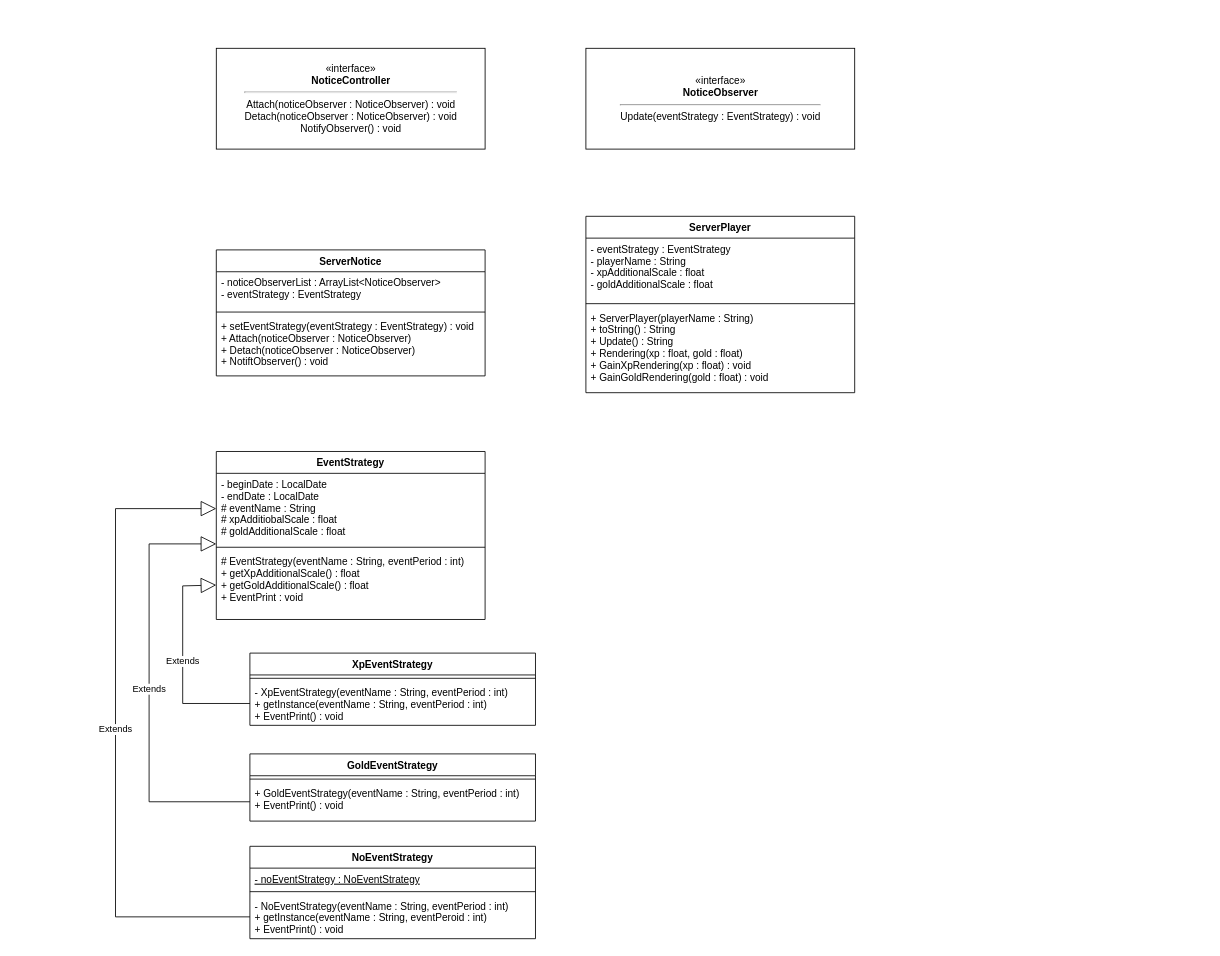
Earlier version of the draw.io diagram app/src/main/resources/observer_strategy/Observer-Strategy_Pattern.drawio (jongHyeon0000/DesignPattern-example). Source tidied: cells renumbered, new cells numbered last; positions are measured from the earlier drawing's top-left corner, leaving out a move shared by most shapes. Both pictures are drawn from the tidied source at 84%, with x=0, y=0 at pixel (115, 48).
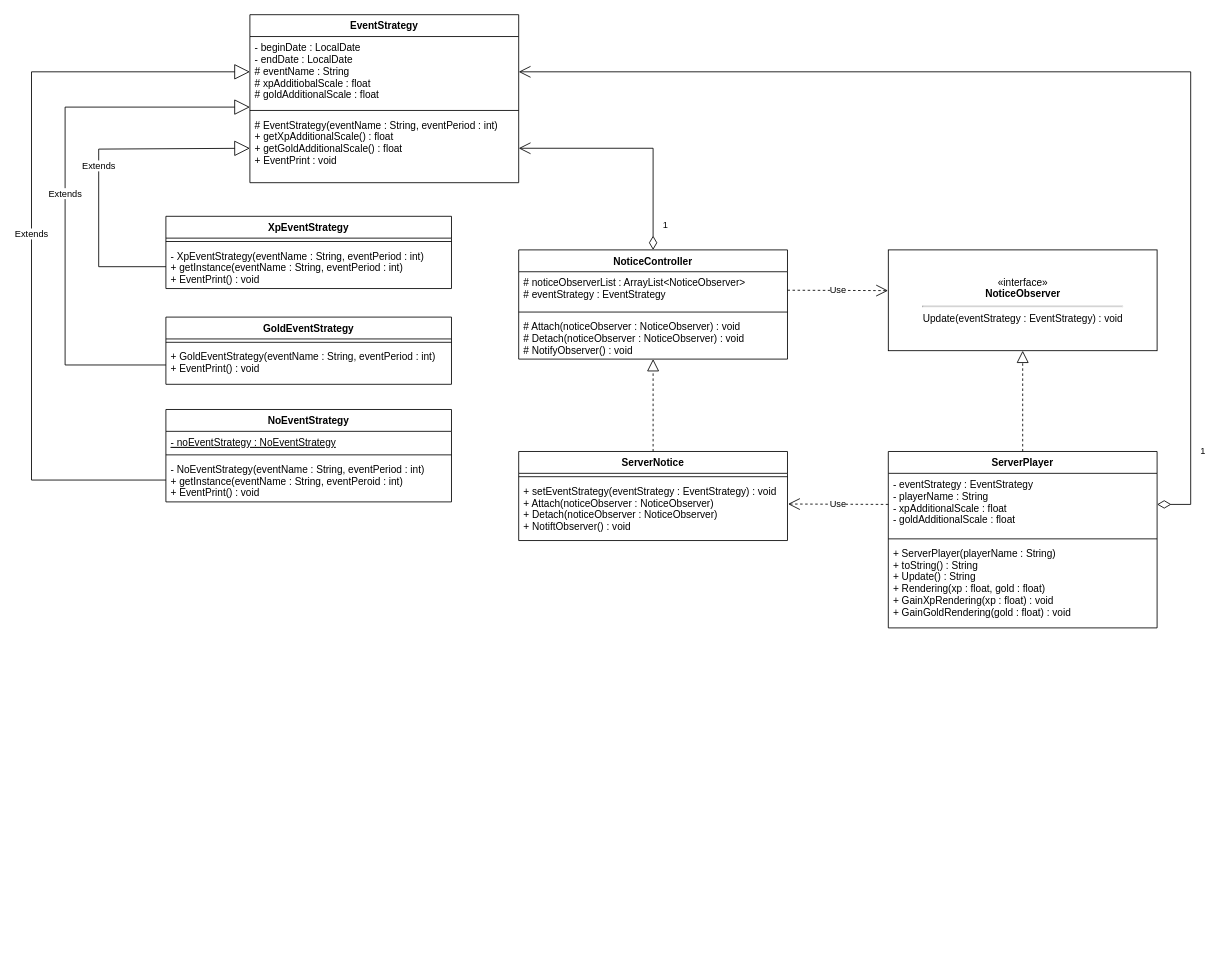
The same diagram, later.

Unchanged cells that the change refers to:
```xml
<mxCell id="3" value="- beginDate : LocalDate&#10;- endDate : LocalDate&#10;# eventName : String&#10;# xpAdditiobalScale : float&#10;# goldAdditionalScale : float&#10;" style="text;strokeColor=none;fillColor=none;align=left;verticalAlign=top;spacingLeft=4;spacingRight=4;overflow=hidden;points=[[0,0.5],[1,0.5]];portConstraint=eastwest;" parent="2" vertex="1">
  <mxGeometry y="26" width="320" height="84" as="geometry" />
</mxCell>
<mxCell id="5" value="# EventStrategy(eventName : String, eventPeriod : int)&#10;+ getXpAdditionalScale() : float&#10;+ getGoldAdditionalScale() : float&#10;+ EventPrint : void" style="text;strokeColor=none;fillColor=none;align=left;verticalAlign=top;spacingLeft=4;spacingRight=4;overflow=hidden;points=[[0,0.5],[1,0.5]];portConstraint=eastwest;" parent="2" vertex="1">
  <mxGeometry y="118" width="320" height="82" as="geometry" />
</mxCell>
<mxCell id="8" value="+ GoldEventStrategy(eventName : String, eventPeriod : int)&#10;+ EventPrint() : void" style="text;strokeColor=none;fillColor=none;align=left;verticalAlign=top;spacingLeft=4;spacingRight=4;overflow=hidden;points=[[0,0.5],[1,0.5]];portConstraint=eastwest;" parent="6" vertex="1">
  <mxGeometry y="34" width="340" height="46" as="geometry" />
</mxCell>
<mxCell id="12" value="- NoEventStrategy(eventName : String, eventPeriod : int)&#10;+ getInstance(eventName : String, eventPeroid : int)&#10;+ EventPrint() : void&#10;" style="text;strokeColor=none;fillColor=none;align=left;verticalAlign=top;spacingLeft=4;spacingRight=4;overflow=hidden;points=[[0,0.5],[1,0.5]];portConstraint=eastwest;" parent="9" vertex="1">
  <mxGeometry y="58" width="340" height="52" as="geometry" />
</mxCell>
<mxCell id="20" value="- eventStrategy : EventStrategy&#10;- playerName : String&#10;- xpAdditionalScale : float&#10;- goldAdditionalScale : float" style="text;strokeColor=none;fillColor=none;align=left;verticalAlign=top;spacingLeft=4;spacingRight=4;overflow=hidden;points=[[0,0.5],[1,0.5]];portConstraint=eastwest;" parent="19" vertex="1">
  <mxGeometry y="26" width="320" height="74" as="geometry" />
</mxCell>
<mxCell id="25" value="- XpEventStrategy(eventName : String, eventPeriod : int)&#10;+ getInstance(eventName : String, eventPeriod : int)&#10;+ EventPrint() : void" style="text;strokeColor=none;fillColor=none;align=left;verticalAlign=top;spacingLeft=4;spacingRight=4;overflow=hidden;points=[[0,0.5],[1,0.5]];portConstraint=eastwest;fontStyle=0;" parent="23" vertex="1">
  <mxGeometry y="34" width="340" height="52" as="geometry" />
</mxCell>
```

Change to the diagram source:
```diff
@@
     <mxCell id="2" value="EventStrategy" style="swimlane;fontStyle=1;align=center;verticalAlign=top;horizontal=1;startSize=26;" parent="1" vertex="1">
-      <mxGeometry x="120" y="480" width="320" height="200" as="geometry" />
+      <mxGeometry x="160" y="-40" width="320" height="200" as="geometry" />
     </mxCell>
@@
     <mxCell id="6" value="GoldEventStrategy" style="swimlane;fontStyle=1;align=center;verticalAlign=top;horizontal=1;startSize=26;" parent="1" vertex="1">
-      <mxGeometry x="160" y="840" width="340" height="80" as="geometry" />
+      <mxGeometry x="60" y="320" width="340" height="80" as="geometry" />
     </mxCell>
@@
     <mxCell id="9" value="NoEventStrategy" style="swimlane;fontStyle=1;align=center;verticalAlign=top;horizontal=1;startSize=26;" parent="1" vertex="1">
-      <mxGeometry x="160" y="950" width="340" height="110" as="geometry" />
+      <mxGeometry x="60" y="430" width="340" height="110" as="geometry" />
     </mxCell>
@@
-    <mxCell id="13" value="«interface»&lt;br&gt;&lt;b&gt;NoticeController&lt;br&gt;&lt;/b&gt;&lt;hr&gt;Attach(noticeObserver : NoticeObserver) : void&lt;br&gt;Detach(noticeObserver : NoticeObserver) : void&lt;br&gt;NotifyObserver() : void" style="html=1;" parent="1" vertex="1">
-      <mxGeometry x="120" width="320" height="120" as="geometry" />
-    </mxCell>
     <mxCell id="14" value="«interface»&lt;br&gt;&lt;b&gt;NoticeObserver&lt;br&gt;&lt;/b&gt;&lt;hr&gt;Update(eventStrategy : EventStrategy) : void" style="html=1;" parent="1" vertex="1">
-      <mxGeometry x="560" width="320" height="120" as="geometry" />
+      <mxGeometry x="920" y="240" width="320" height="120" as="geometry" />
     </mxCell>
     <mxCell id="15" value="ServerNotice" style="swimlane;fontStyle=1;align=center;verticalAlign=top;horizontal=1;startSize=26;" parent="1" vertex="1">
-      <mxGeometry x="120" y="240" width="320" height="150" as="geometry" />
+      <mxGeometry x="480" y="480" width="320" height="106" as="geometry" />
     </mxCell>
-    <mxCell id="16" value="- noticeObserverList : ArrayList&lt;NoticeObserver&gt;&#10;- eventStrategy : EventStrategy" style="text;strokeColor=none;fillColor=none;align=left;verticalAlign=top;spacingLeft=4;spacingRight=4;overflow=hidden;" parent="15" vertex="1">
-      <mxGeometry y="26" width="320" height="44" as="geometry" />
-    </mxCell>
     <mxCell id="17" style="line;strokeWidth=1;fillColor=none;align=left;verticalAlign=middle;spacingTop=-1;spacingLeft=3;spacingRight=3;labelPosition=right;" parent="15" vertex="1">
-      <mxGeometry y="70" width="320" height="8" as="geometry" />
+      <mxGeometry y="26" width="320" height="8" as="geometry" />
     </mxCell>
     <mxCell id="18" value="+ setEventStrategy(eventStrategy : EventStrategy) : void&#10;+ Attach(noticeObserver : NoticeObserver)&#10;+ Detach(noticeObserver : NoticeObserver)&#10;+ NotiftObserver() : void" style="text;strokeColor=none;fillColor=none;align=left;verticalAlign=top;spacingLeft=4;spacingRight=4;overflow=hidden;points=[[0,0.5],[1,0.5]];portConstraint=eastwest;" parent="15" vertex="1">
-      <mxGeometry y="78" width="320" height="72" as="geometry" />
+      <mxGeometry y="34" width="320" height="72" as="geometry" />
     </mxCell>
     <mxCell id="19" value="ServerPlayer" style="swimlane;fontStyle=1;align=center;verticalAlign=top;horizontal=1;startSize=26;" parent="1" vertex="1">
-      <mxGeometry x="560" y="200" width="320" height="210" as="geometry" />
+      <mxGeometry x="920" y="480" width="320" height="210" as="geometry" />
     </mxCell>
@@
     <mxCell id="23" value="XpEventStrategy" style="swimlane;fontStyle=1;align=center;verticalAlign=top;horizontal=1;startSize=26;" parent="1" vertex="1">
-      <mxGeometry x="160" y="720" width="340" height="86" as="geometry" />
+      <mxGeometry x="60" y="200" width="340" height="86" as="geometry" />
     </mxCell>
@@
     <mxCell id="26" value="Extends" style="endArrow=block;endSize=16;endFill=0;html=1;rounded=0;exitX=0;exitY=0.5;exitDx=0;exitDy=0;entryX=0;entryY=0.5;entryDx=0;entryDy=0;" parent="1" edge="1" source="25" target="5">
       <mxGeometry relative="1" as="geometry">
         <Array as="points">
-          <mxPoint x="80" y="780" />
-          <mxPoint x="80" y="640" />
+          <mxPoint x="-20" y="260" />
+          <mxPoint x="-20" y="120" />
         </Array>
       </mxGeometry>
     </mxCell>
     <mxCell id="27" value="Extends" style="endArrow=block;endSize=16;endFill=0;html=1;rounded=0;exitX=0;exitY=0.5;exitDx=0;exitDy=0;entryX=0;entryY=0.5;entryDx=0;entryDy=0;" parent="1" edge="1" source="12" target="3">
       <mxGeometry relative="1" as="geometry">
         <Array as="points">
-          <mxPoint y="1034" />
-          <mxPoint y="548" />
+          <mxPoint x="-100" y="514" />
+          <mxPoint x="-100" y="28" />
         </Array>
       </mxGeometry>
     </mxCell>
     <mxCell id="28" value="Extends" style="endArrow=block;endSize=16;endFill=0;html=1;rounded=0;exitX=0;exitY=0.5;exitDx=0;exitDy=0;entryX=0;entryY=1;entryDx=0;entryDy=0;entryPerimeter=0;" parent="1" edge="1" source="8" target="3">
       <mxGeometry relative="1" as="geometry">
         <Array as="points">
-          <mxPoint x="40" y="897" />
-          <mxPoint x="40" y="590" />
+          <mxPoint x="-60" y="377" />
+          <mxPoint x="-60" y="70" />
         </Array>
       </mxGeometry>
     </mxCell>
+    <mxCell id="29" style="endArrow=block;dashed=1;endFill=0;endSize=12;html=1;rounded=0;entryX=0.5;entryY=1;entryDx=0;entryDy=0;exitX=0.5;exitY=0;exitDx=0;exitDy=0;" parent="1" edge="1" source="19" target="14">
+      <mxGeometry relative="1" as="geometry" />
+    </mxCell>
+    <mxCell id="30" style="endArrow=block;dashed=1;endFill=0;endSize=12;html=1;rounded=0;exitX=0.5;exitY=0;exitDx=0;exitDy=0;" parent="1" edge="1" source="15" target="36">
+      <mxGeometry relative="1" as="geometry" />
+    </mxCell>
+    <mxCell id="31" value="1" style="endArrow=open;html=1;endSize=12;startArrow=diamondThin;startSize=14;startFill=0;edgeStyle=orthogonalEdgeStyle;align=left;verticalAlign=bottom;rounded=0;entryX=1;entryY=0.5;entryDx=0;entryDy=0;exitX=0.5;exitY=0;exitDx=0;exitDy=0;" parent="1" edge="1" source="33" target="5">
+      <mxGeometry x="-0.86" y="-10" relative="1" as="geometry" />
+    </mxCell>
+    <mxCell id="32" value="Use" style="endArrow=open;endSize=12;dashed=1;html=1;rounded=0;entryX=-0.001;entryY=0.404;entryDx=0;entryDy=0;exitX=1;exitY=0.5;exitDx=0;exitDy=0;entryPerimeter=0;" parent="1" edge="1" source="34" target="14">
+      <mxGeometry relative="1" as="geometry" />
+    </mxCell>
+    <mxCell id="33" value="NoticeController" style="swimlane;fontStyle=1;align=center;verticalAlign=top;horizontal=1;startSize=26;" parent="1" vertex="1">
+      <mxGeometry x="480" y="240" width="320" height="130" as="geometry" />
+    </mxCell>
+    <mxCell id="34" value="# noticeObserverList : ArrayList&lt;NoticeObserver&gt;&#10;# eventStrategy : EventStrategy" style="text;strokeColor=none;fillColor=none;align=left;verticalAlign=top;spacingLeft=4;spacingRight=4;overflow=hidden;points=[[0,0.5],[1,0.5]];portConstraint=eastwest;" parent="33" vertex="1">
+      <mxGeometry y="26" width="320" height="44" as="geometry" />
+    </mxCell>
+    <mxCell id="35" style="line;strokeWidth=1;fillColor=none;align=left;verticalAlign=middle;spacingTop=-1;spacingLeft=3;spacingRight=3;labelPosition=right;" parent="33" vertex="1">
+      <mxGeometry y="70" width="320" height="8" as="geometry" />
+    </mxCell>
+    <mxCell id="36" value="# Attach(noticeObserver : NoticeObserver) : void&#10;# Detach(noticeObserver : NoticeObserver) : void&#10;# NotifyObserver() : void" style="text;strokeColor=none;fillColor=none;align=left;verticalAlign=top;spacingLeft=4;spacingRight=4;overflow=hidden;points=[[0,0.5],[1,0.5]];portConstraint=eastwest;" parent="33" vertex="1">
+      <mxGeometry y="78" width="320" height="52" as="geometry" />
+    </mxCell>
+    <mxCell id="37" value="Use" style="endArrow=open;endSize=12;dashed=1;html=1;rounded=0;exitX=0;exitY=0.5;exitDx=0;exitDy=0;entryX=1.002;entryY=0.396;entryDx=0;entryDy=0;entryPerimeter=0;" parent="1" edge="1" source="20" target="18">
+      <mxGeometry relative="1" as="geometry" />
+    </mxCell>
+    <mxCell id="38" value="1" style="endArrow=open;html=1;endSize=12;startArrow=diamondThin;startSize=14;startFill=0;edgeStyle=orthogonalEdgeStyle;align=left;verticalAlign=bottom;rounded=0;entryX=1;entryY=0.5;entryDx=0;entryDy=0;exitX=1;exitY=0.5;exitDx=0;exitDy=0;" parent="1" edge="1" source="20" target="3">
+      <mxGeometry x="-0.86" y="-10" relative="1" as="geometry">
+        <Array as="points">
+          <mxPoint x="1280" y="543" />
+          <mxPoint x="1280" y="28" />
+        </Array>
+      </mxGeometry>
+    </mxCell>
```
